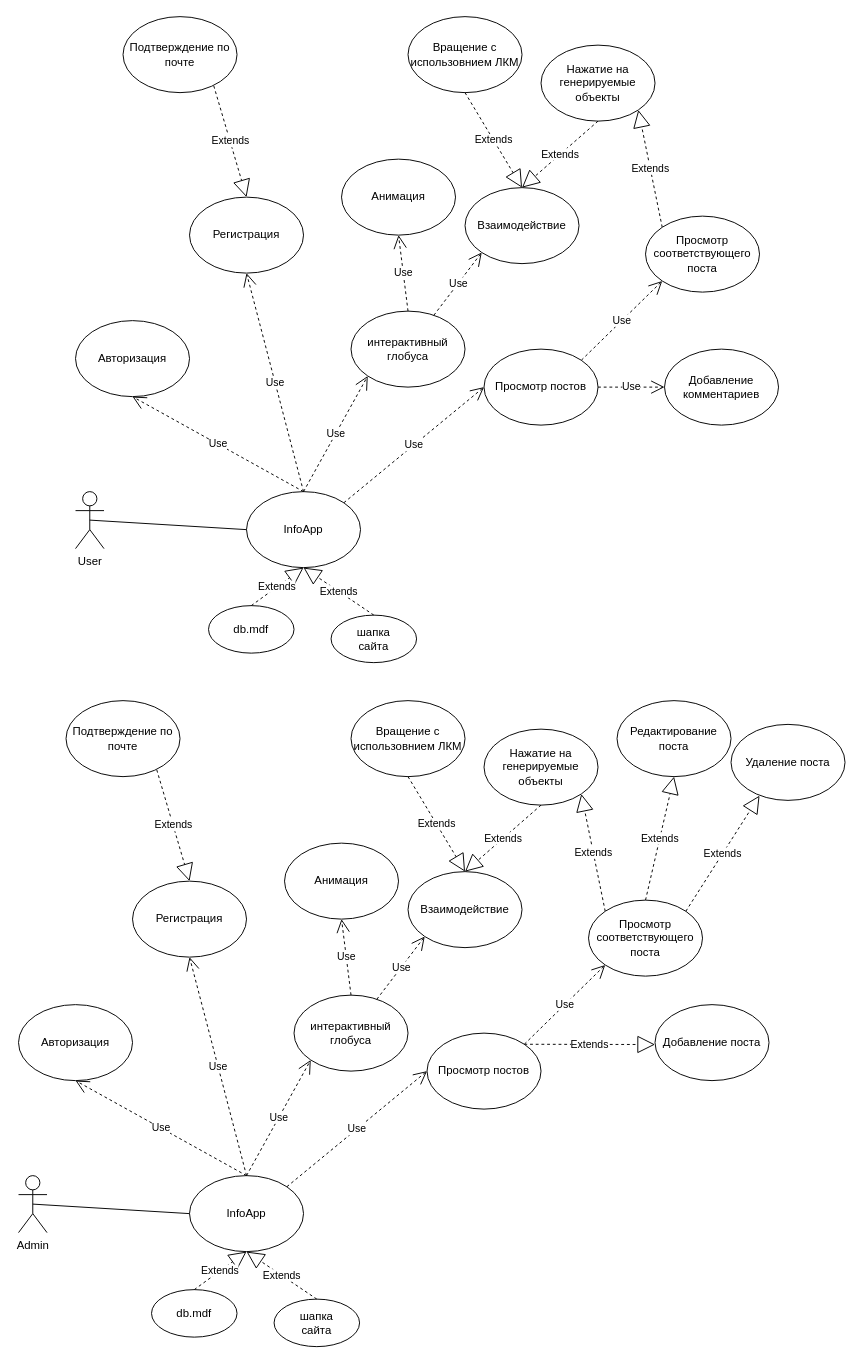
Earlier version of the draw.io diagram ДВИ КПиЯП.drawio (DarkReduX/Diagrams-for-projects). Source tidied: cells renumbered, new cells numbered last; positions are measured from the earlier drawing's top-left corner, leaving out a move shared by most shapes. Both pictures are drawn from the tidied source at 95%, with x=0, y=0 at pixel (18, 16).
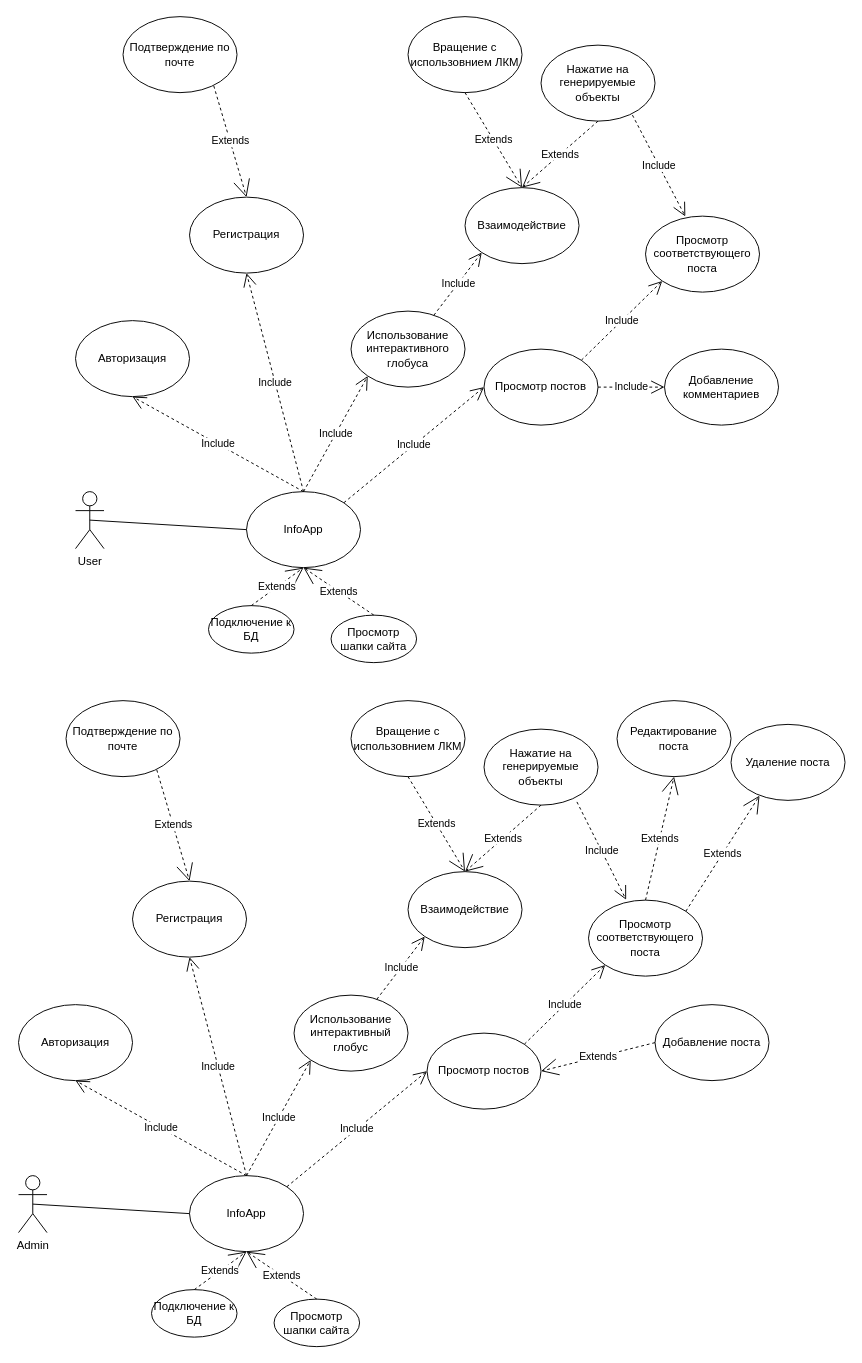
The same page after the edit.

Unchanged cells that the change refers to:
```xml
<mxCell id="3" value="InfoApp" style="ellipse;whiteSpace=wrap;html=1;" parent="1" vertex="1">
  <mxGeometry x="240" y="500" width="120" height="80" as="geometry" />
</mxCell>
<mxCell id="6" value="Авторизация&lt;br&gt;" style="ellipse;whiteSpace=wrap;html=1;" parent="1" vertex="1">
  <mxGeometry x="60" y="320" width="120" height="80" as="geometry" />
</mxCell>
<mxCell id="7" value="Регистрация" style="ellipse;whiteSpace=wrap;html=1;" parent="1" vertex="1">
  <mxGeometry x="180" y="190" width="120" height="80" as="geometry" />
</mxCell>
<mxCell id="13" value="Взаимодействие" style="ellipse;whiteSpace=wrap;html=1;" parent="1" vertex="1">
  <mxGeometry x="470" y="180" width="120" height="80" as="geometry" />
</mxCell>
<mxCell id="16" value="Вращение с использовнием ЛКМ" style="ellipse;whiteSpace=wrap;html=1;" parent="1" vertex="1">
  <mxGeometry x="410" width="120" height="80" as="geometry" />
</mxCell>
<mxCell id="17" value="Нажатие на генерируемые объекты" style="ellipse;whiteSpace=wrap;html=1;" parent="1" vertex="1">
  <mxGeometry x="550" y="30" width="120" height="80" as="geometry" />
</mxCell>
<mxCell id="20" value="Просмотр соответствующего поста" style="ellipse;whiteSpace=wrap;html=1;" parent="1" vertex="1">
  <mxGeometry x="660" y="210" width="120" height="80" as="geometry" />
</mxCell>
<mxCell id="21" value="Подтверждение по почте" style="ellipse;whiteSpace=wrap;html=1;" parent="1" vertex="1">
  <mxGeometry x="110" width="120" height="80" as="geometry" />
</mxCell>
<mxCell id="23" value="Просмотр постов" style="ellipse;whiteSpace=wrap;html=1;" parent="1" vertex="1">
  <mxGeometry x="490" y="350" width="120" height="80" as="geometry" />
</mxCell>
<mxCell id="33" value="InfoApp" style="ellipse;whiteSpace=wrap;html=1;" parent="1" vertex="1">
  <mxGeometry x="180" y="1220" width="120" height="80" as="geometry" />
</mxCell>
<mxCell id="36" value="Авторизация&lt;br&gt;" style="ellipse;whiteSpace=wrap;html=1;" parent="1" vertex="1">
  <mxGeometry y="1040" width="120" height="80" as="geometry" />
</mxCell>
<mxCell id="37" value="Регистрация" style="ellipse;whiteSpace=wrap;html=1;" parent="1" vertex="1">
  <mxGeometry x="120" y="910" width="120" height="80" as="geometry" />
</mxCell>
<mxCell id="43" value="Взаимодействие" style="ellipse;whiteSpace=wrap;html=1;" parent="1" vertex="1">
  <mxGeometry x="410" y="900" width="120" height="80" as="geometry" />
</mxCell>
<mxCell id="46" value="Вращение с использовнием ЛКМ" style="ellipse;whiteSpace=wrap;html=1;" parent="1" vertex="1">
  <mxGeometry x="350" y="720" width="120" height="80" as="geometry" />
</mxCell>
<mxCell id="47" value="Нажатие на генерируемые объекты" style="ellipse;whiteSpace=wrap;html=1;" parent="1" vertex="1">
  <mxGeometry x="490" y="750" width="120" height="80" as="geometry" />
</mxCell>
<mxCell id="50" value="Просмотр соответствующего поста" style="ellipse;whiteSpace=wrap;html=1;" parent="1" vertex="1">
  <mxGeometry x="600" y="930" width="120" height="80" as="geometry" />
</mxCell>
<mxCell id="51" value="Подтверждение по почте" style="ellipse;whiteSpace=wrap;html=1;" parent="1" vertex="1">
  <mxGeometry x="50" y="720" width="120" height="80" as="geometry" />
</mxCell>
<mxCell id="53" value="Просмотр постов" style="ellipse;whiteSpace=wrap;html=1;" parent="1" vertex="1">
  <mxGeometry x="430" y="1070" width="120" height="80" as="geometry" />
</mxCell>
<mxCell id="61" value="Редактирование поста" style="ellipse;whiteSpace=wrap;html=1;" parent="1" vertex="1">
  <mxGeometry x="630" y="720" width="120" height="80" as="geometry" />
</mxCell>
<mxCell id="65" value="Добавление поста" style="ellipse;whiteSpace=wrap;html=1;" parent="1" vertex="1">
  <mxGeometry x="670" y="1040" width="120" height="80" as="geometry" />
</mxCell>
```

Diff of the diagram source:
```diff
@@
-    <mxCell id="5" value="Use" style="endArrow=open;endSize=12;dashed=1;html=1;exitX=0.5;exitY=0;exitDx=0;exitDy=0;entryX=0.5;entryY=1;entryDx=0;entryDy=0;" parent="1" edge="1" source="3" target="6">
+    <mxCell id="5" value="Include" style="endArrow=open;endSize=12;dashed=1;html=1;exitX=0.5;exitY=0;exitDx=0;exitDy=0;entryX=0.5;entryY=1;entryDx=0;entryDy=0;" parent="1" edge="1" source="3" target="6">
       <mxGeometry relative="1" as="geometry" />
     </mxCell>
@@
-    <mxCell id="8" value="Use" style="endArrow=open;endSize=12;dashed=1;html=1;exitX=0.5;exitY=0;exitDx=0;exitDy=0;entryX=0.5;entryY=1;entryDx=0;entryDy=0;" parent="1" edge="1" source="3" target="7">
+    <mxCell id="8" value="Include" style="endArrow=open;endSize=12;dashed=1;html=1;exitX=0.5;exitY=0;exitDx=0;exitDy=0;entryX=0.5;entryY=1;entryDx=0;entryDy=0;" parent="1" edge="1" source="3" target="7">
       <mxGeometry relative="1" as="geometry" />
     </mxCell>
-    <mxCell id="9" value="интерактивный глобуса" style="ellipse;whiteSpace=wrap;html=1;" parent="1" vertex="1">
+    <mxCell id="9" value="Использование интерактивного глобуса" style="ellipse;whiteSpace=wrap;html=1;" parent="1" vertex="1">
       <mxGeometry x="350" y="310" width="120" height="80" as="geometry" />
     </mxCell>
-    <mxCell id="10" value="Use" style="endArrow=open;endSize=12;dashed=1;html=1;exitX=0.5;exitY=0;exitDx=0;exitDy=0;entryX=0;entryY=1;entryDx=0;entryDy=0;" parent="1" edge="1" source="3" target="9">
+    <mxCell id="10" value="Include" style="endArrow=open;endSize=12;dashed=1;html=1;exitX=0.5;exitY=0;exitDx=0;exitDy=0;entryX=0;entryY=1;entryDx=0;entryDy=0;" parent="1" edge="1" source="3" target="9">
       <mxGeometry relative="1" as="geometry" />
     </mxCell>
-    <mxCell id="11" value="Use" style="endArrow=open;endSize=12;dashed=1;html=1;exitX=0.5;exitY=0;exitDx=0;exitDy=0;entryX=0.5;entryY=1;entryDx=0;entryDy=0;" parent="1" edge="1" source="9" target="12">
-      <mxGeometry relative="1" as="geometry" />
-    </mxCell>
-    <mxCell id="12" value="Анимация" style="ellipse;whiteSpace=wrap;html=1;" parent="1" vertex="1">
-      <mxGeometry x="340" y="150" width="120" height="80" as="geometry" />
-    </mxCell>
@@
-    <mxCell id="14" value="Use" style="endArrow=open;endSize=12;dashed=1;html=1;entryX=0;entryY=1;entryDx=0;entryDy=0;" parent="1" edge="1" source="9" target="13">
+    <mxCell id="14" value="Include" style="endArrow=open;endSize=12;dashed=1;html=1;entryX=0;entryY=1;entryDx=0;entryDy=0;" parent="1" edge="1" source="9" target="13">
       <mxGeometry relative="1" as="geometry" />
     </mxCell>
-    <mxCell id="15" value="Extends" style="endArrow=block;endSize=16;endFill=0;html=1;entryX=0.5;entryY=0;entryDx=0;entryDy=0;exitX=0.5;exitY=1;exitDx=0;exitDy=0;dashed=1;" parent="1" edge="1" source="16" target="13">
+    <mxCell id="15" value="Extends" style="endArrow=open;endSize=16;endFill=0;html=1;entryX=0.5;entryY=0;entryDx=0;entryDy=0;exitX=0.5;exitY=1;exitDx=0;exitDy=0;dashed=1;" parent="1" edge="1" source="16" target="13">
       <mxGeometry relative="1" as="geometry" />
     </mxCell>
@@
-    <mxCell id="18" value="Extends" style="endArrow=block;endSize=16;endFill=0;html=1;entryX=0.5;entryY=0;entryDx=0;entryDy=0;exitX=0.5;exitY=1;exitDx=0;exitDy=0;dashed=1;" parent="1" edge="1" source="17" target="13">
+    <mxCell id="18" value="Extends" style="endArrow=open;endSize=16;endFill=0;html=1;entryX=0.5;entryY=0;entryDx=0;entryDy=0;exitX=0.5;exitY=1;exitDx=0;exitDy=0;dashed=1;" parent="1" edge="1" source="17" target="13">
       <mxGeometry relative="1" as="geometry" />
     </mxCell>
-    <mxCell id="19" value="Extends" style="endArrow=block;endSize=16;endFill=0;html=1;entryX=1;entryY=1;entryDx=0;entryDy=0;exitX=0;exitY=0;exitDx=0;exitDy=0;dashed=1;" parent="1" edge="1" source="20" target="17">
-      <mxGeometry relative="1" as="geometry" />
-    </mxCell>
@@
-    <mxCell id="22" value="Extends" style="endArrow=block;endSize=16;endFill=0;html=1;entryX=0.5;entryY=0;entryDx=0;entryDy=0;exitX=0.796;exitY=0.911;exitDx=0;exitDy=0;exitPerimeter=0;dashed=1;" parent="1" edge="1" source="21" target="7">
+    <mxCell id="22" value="Extends" style="endArrow=open;endSize=16;endFill=0;html=1;entryX=0.5;entryY=0;entryDx=0;entryDy=0;exitX=0.796;exitY=0.911;exitDx=0;exitDy=0;exitPerimeter=0;dashed=1;" parent="1" edge="1" source="21" target="7">
       <mxGeometry relative="1" as="geometry" />
     </mxCell>
@@
-    <mxCell id="24" value="Use" style="endArrow=open;endSize=12;dashed=1;html=1;exitX=1;exitY=0;exitDx=0;exitDy=0;entryX=0;entryY=0.5;entryDx=0;entryDy=0;" parent="1" edge="1" source="3" target="23">
+    <mxCell id="24" value="Include" style="endArrow=open;endSize=12;dashed=1;html=1;exitX=1;exitY=0;exitDx=0;exitDy=0;entryX=0;entryY=0.5;entryDx=0;entryDy=0;" parent="1" edge="1" source="3" target="23">
       <mxGeometry relative="1" as="geometry" />
     </mxCell>
-    <mxCell id="25" value="Use" style="endArrow=open;endSize=12;dashed=1;html=1;exitX=1;exitY=0;exitDx=0;exitDy=0;entryX=0;entryY=1;entryDx=0;entryDy=0;" parent="1" edge="1" source="23" target="20">
+    <mxCell id="25" value="Include" style="endArrow=open;endSize=12;dashed=1;html=1;exitX=1;exitY=0;exitDx=0;exitDy=0;entryX=0;entryY=1;entryDx=0;entryDy=0;" parent="1" edge="1" source="23" target="20">
       <mxGeometry relative="1" as="geometry" />
     </mxCell>
-    <mxCell id="26" value="Use" style="endArrow=open;endSize=12;dashed=1;html=1;exitX=1;exitY=0.5;exitDx=0;exitDy=0;" parent="1" edge="1" source="23">
+    <mxCell id="26" value="Include" style="endArrow=open;endSize=12;dashed=1;html=1;exitX=1;exitY=0.5;exitDx=0;exitDy=0;" parent="1" edge="1" source="23">
       <mxGeometry relative="1" as="geometry">
         <mxPoint x="680" y="390" as="targetPoint" />
       </mxGeometry>
     </mxCell>
@@
-    <mxCell id="28" value="db.mdf" style="ellipse;whiteSpace=wrap;html=1;" parent="1" vertex="1">
+    <mxCell id="28" value="Подключение к БД" style="ellipse;whiteSpace=wrap;html=1;" parent="1" vertex="1">
       <mxGeometry x="200" y="620" width="90" height="50" as="geometry" />
     </mxCell>
-    <mxCell id="29" value="Extends" style="endArrow=block;endSize=16;endFill=0;html=1;exitX=0.5;exitY=0;exitDx=0;exitDy=0;dashed=1;entryX=0.5;entryY=1;entryDx=0;entryDy=0;" parent="1" edge="1" source="28" target="3">
+    <mxCell id="29" value="Extends" style="endArrow=open;endSize=16;endFill=0;html=1;exitX=0.5;exitY=0;exitDx=0;exitDy=0;dashed=1;entryX=0.5;entryY=1;entryDx=0;entryDy=0;" parent="1" edge="1" source="28" target="3">
       <mxGeometry relative="1" as="geometry" />
     </mxCell>
-    <mxCell id="30" value="шапка&lt;br&gt;сайта" style="ellipse;whiteSpace=wrap;html=1;" parent="1" vertex="1">
+    <mxCell id="30" value="Просмотр шапки сайта" style="ellipse;whiteSpace=wrap;html=1;" parent="1" vertex="1">
       <mxGeometry x="329" y="630" width="90" height="50" as="geometry" />
     </mxCell>
-    <mxCell id="31" value="Extends" style="endArrow=block;endSize=16;endFill=0;html=1;exitX=0.5;exitY=0;exitDx=0;exitDy=0;dashed=1;entryX=0.5;entryY=1;entryDx=0;entryDy=0;" parent="1" edge="1" source="30" target="3">
+    <mxCell id="31" value="Extends" style="endArrow=open;endSize=16;endFill=0;html=1;exitX=0.5;exitY=0;exitDx=0;exitDy=0;dashed=1;entryX=0.5;entryY=1;entryDx=0;entryDy=0;" parent="1" edge="1" source="30" target="3">
       <mxGeometry relative="1" as="geometry" />
     </mxCell>
@@
-    <mxCell id="35" value="Use" style="endArrow=open;endSize=12;dashed=1;html=1;exitX=0.5;exitY=0;exitDx=0;exitDy=0;entryX=0.5;entryY=1;entryDx=0;entryDy=0;" parent="1" edge="1" source="33" target="36">
+    <mxCell id="35" value="Include" style="endArrow=open;endSize=12;dashed=1;html=1;exitX=0.5;exitY=0;exitDx=0;exitDy=0;entryX=0.5;entryY=1;entryDx=0;entryDy=0;" parent="1" edge="1" source="33" target="36">
       <mxGeometry relative="1" as="geometry" />
     </mxCell>
@@
-    <mxCell id="38" value="Use" style="endArrow=open;endSize=12;dashed=1;html=1;exitX=0.5;exitY=0;exitDx=0;exitDy=0;entryX=0.5;entryY=1;entryDx=0;entryDy=0;" parent="1" edge="1" source="33" target="37">
+    <mxCell id="38" value="Include" style="endArrow=open;endSize=12;dashed=1;html=1;exitX=0.5;exitY=0;exitDx=0;exitDy=0;entryX=0.5;entryY=1;entryDx=0;entryDy=0;" parent="1" edge="1" source="33" target="37">
       <mxGeometry relative="1" as="geometry" />
     </mxCell>
-    <mxCell id="39" value="интерактивный глобуса" style="ellipse;whiteSpace=wrap;html=1;" parent="1" vertex="1">
+    <mxCell id="39" value="Использование интерактивный глобус" style="ellipse;whiteSpace=wrap;html=1;" parent="1" vertex="1">
       <mxGeometry x="290" y="1030" width="120" height="80" as="geometry" />
     </mxCell>
-    <mxCell id="40" value="Use" style="endArrow=open;endSize=12;dashed=1;html=1;exitX=0.5;exitY=0;exitDx=0;exitDy=0;entryX=0;entryY=1;entryDx=0;entryDy=0;" parent="1" edge="1" source="33" target="39">
+    <mxCell id="40" value="Include" style="endArrow=open;endSize=12;dashed=1;html=1;exitX=0.5;exitY=0;exitDx=0;exitDy=0;entryX=0;entryY=1;entryDx=0;entryDy=0;" parent="1" edge="1" source="33" target="39">
       <mxGeometry relative="1" as="geometry" />
     </mxCell>
-    <mxCell id="41" value="Use" style="endArrow=open;endSize=12;dashed=1;html=1;exitX=0.5;exitY=0;exitDx=0;exitDy=0;entryX=0.5;entryY=1;entryDx=0;entryDy=0;" parent="1" edge="1" source="39" target="42">
-      <mxGeometry relative="1" as="geometry" />
-    </mxCell>
-    <mxCell id="42" value="Анимация" style="ellipse;whiteSpace=wrap;html=1;" parent="1" vertex="1">
-      <mxGeometry x="280" y="870" width="120" height="80" as="geometry" />
-    </mxCell>
@@
-    <mxCell id="44" value="Use" style="endArrow=open;endSize=12;dashed=1;html=1;entryX=0;entryY=1;entryDx=0;entryDy=0;" parent="1" edge="1" source="39" target="43">
+    <mxCell id="44" value="Include" style="endArrow=open;endSize=12;dashed=1;html=1;entryX=0;entryY=1;entryDx=0;entryDy=0;" parent="1" edge="1" source="39" target="43">
       <mxGeometry relative="1" as="geometry" />
     </mxCell>
-    <mxCell id="45" value="Extends" style="endArrow=block;endSize=16;endFill=0;html=1;entryX=0.5;entryY=0;entryDx=0;entryDy=0;exitX=0.5;exitY=1;exitDx=0;exitDy=0;dashed=1;" parent="1" edge="1" source="46" target="43">
+    <mxCell id="45" value="Extends" style="endArrow=open;endSize=16;endFill=0;html=1;entryX=0.5;entryY=0;entryDx=0;entryDy=0;exitX=0.5;exitY=1;exitDx=0;exitDy=0;dashed=1;" parent="1" edge="1" source="46" target="43">
       <mxGeometry relative="1" as="geometry" />
     </mxCell>
@@
-    <mxCell id="48" value="Extends" style="endArrow=block;endSize=16;endFill=0;html=1;entryX=0.5;entryY=0;entryDx=0;entryDy=0;exitX=0.5;exitY=1;exitDx=0;exitDy=0;dashed=1;" parent="1" edge="1" source="47" target="43">
+    <mxCell id="48" value="Extends" style="endArrow=open;endSize=16;endFill=0;html=1;entryX=0.5;entryY=0;entryDx=0;entryDy=0;exitX=0.5;exitY=1;exitDx=0;exitDy=0;dashed=1;" parent="1" edge="1" source="47" target="43">
       <mxGeometry relative="1" as="geometry" />
     </mxCell>
-    <mxCell id="49" value="Extends" style="endArrow=block;endSize=16;endFill=0;html=1;entryX=1;entryY=1;entryDx=0;entryDy=0;exitX=0;exitY=0;exitDx=0;exitDy=0;dashed=1;" parent="1" edge="1" source="50" target="47">
-      <mxGeometry relative="1" as="geometry" />
-    </mxCell>
@@
-    <mxCell id="52" value="Extends" style="endArrow=block;endSize=16;endFill=0;html=1;entryX=0.5;entryY=0;entryDx=0;entryDy=0;exitX=0.796;exitY=0.911;exitDx=0;exitDy=0;exitPerimeter=0;dashed=1;" parent="1" edge="1" source="51" target="37">
+    <mxCell id="52" value="Extends" style="endArrow=open;endSize=16;endFill=0;html=1;entryX=0.5;entryY=0;entryDx=0;entryDy=0;exitX=0.796;exitY=0.911;exitDx=0;exitDy=0;exitPerimeter=0;dashed=1;" parent="1" edge="1" source="51" target="37">
       <mxGeometry relative="1" as="geometry" />
     </mxCell>
@@
-    <mxCell id="54" value="Use" style="endArrow=open;endSize=12;dashed=1;html=1;exitX=1;exitY=0;exitDx=0;exitDy=0;entryX=0;entryY=0.5;entryDx=0;entryDy=0;" parent="1" edge="1" source="33" target="53">
+    <mxCell id="54" value="Include" style="endArrow=open;endSize=12;dashed=1;html=1;exitX=1;exitY=0;exitDx=0;exitDy=0;entryX=0;entryY=0.5;entryDx=0;entryDy=0;" parent="1" edge="1" source="33" target="53">
       <mxGeometry relative="1" as="geometry" />
     </mxCell>
-    <mxCell id="55" value="Use" style="endArrow=open;endSize=12;dashed=1;html=1;exitX=1;exitY=0;exitDx=0;exitDy=0;entryX=0;entryY=1;entryDx=0;entryDy=0;" parent="1" edge="1" source="53" target="50">
+    <mxCell id="55" value="Include" style="endArrow=open;endSize=12;dashed=1;html=1;exitX=1;exitY=0;exitDx=0;exitDy=0;entryX=0;entryY=1;entryDx=0;entryDy=0;" parent="1" edge="1" source="53" target="50">
       <mxGeometry relative="1" as="geometry" />
     </mxCell>
-    <mxCell id="56" value="db.mdf" style="ellipse;whiteSpace=wrap;html=1;" parent="1" vertex="1">
+    <mxCell id="56" value="Подключение к БД" style="ellipse;whiteSpace=wrap;html=1;" parent="1" vertex="1">
       <mxGeometry x="140" y="1340" width="90" height="50" as="geometry" />
     </mxCell>
-    <mxCell id="57" value="Extends" style="endArrow=block;endSize=16;endFill=0;html=1;exitX=0.5;exitY=0;exitDx=0;exitDy=0;dashed=1;entryX=0.5;entryY=1;entryDx=0;entryDy=0;" parent="1" edge="1" source="56" target="33">
+    <mxCell id="57" value="Extends" style="endArrow=open;endSize=16;endFill=0;html=1;exitX=0.5;exitY=0;exitDx=0;exitDy=0;dashed=1;entryX=0.5;entryY=1;entryDx=0;entryDy=0;" parent="1" edge="1" source="56" target="33">
       <mxGeometry relative="1" as="geometry" />
     </mxCell>
-    <mxCell id="58" value="шапка&lt;br&gt;сайта" style="ellipse;whiteSpace=wrap;html=1;" parent="1" vertex="1">
+    <mxCell id="58" value="Просмотр шапки сайта" style="ellipse;whiteSpace=wrap;html=1;" parent="1" vertex="1">
       <mxGeometry x="269" y="1350" width="90" height="50" as="geometry" />
     </mxCell>
-    <mxCell id="59" value="Extends" style="endArrow=block;endSize=16;endFill=0;html=1;exitX=0.5;exitY=0;exitDx=0;exitDy=0;dashed=1;entryX=0.5;entryY=1;entryDx=0;entryDy=0;" parent="1" edge="1" source="58" target="33">
+    <mxCell id="59" value="Extends" style="endArrow=open;endSize=16;endFill=0;html=1;exitX=0.5;exitY=0;exitDx=0;exitDy=0;dashed=1;entryX=0.5;entryY=1;entryDx=0;entryDy=0;" parent="1" edge="1" source="58" target="33">
       <mxGeometry relative="1" as="geometry" />
     </mxCell>
-    <mxCell id="60" value="Extends" style="endArrow=block;endSize=16;endFill=0;html=1;exitX=0.5;exitY=0;exitDx=0;exitDy=0;dashed=1;entryX=0.5;entryY=1;entryDx=0;entryDy=0;" parent="1" edge="1" source="50" target="61">
+    <mxCell id="60" value="Extends" style="endArrow=open;endSize=16;endFill=0;html=1;exitX=0.5;exitY=0;exitDx=0;exitDy=0;dashed=1;entryX=0.5;entryY=1;entryDx=0;entryDy=0;" parent="1" edge="1" source="50" target="61">
       <mxGeometry relative="1" as="geometry" />
     </mxCell>
@@
-    <mxCell id="62" value="Extends" style="endArrow=block;endSize=16;endFill=0;html=1;exitX=1;exitY=0;exitDx=0;exitDy=0;dashed=1;" parent="1" edge="1" source="53">
-      <mxGeometry relative="1" as="geometry">
-        <mxPoint x="670" y="1082" as="targetPoint" />
-      </mxGeometry>
+    <mxCell id="62" value="Extends" style="endArrow=open;endSize=16;endFill=0;html=1;dashed=1;entryX=1;entryY=0.5;entryDx=0;entryDy=0;exitX=0;exitY=0.5;exitDx=0;exitDy=0;" parent="1" edge="1" source="65" target="53">
+      <mxGeometry relative="1" as="geometry" />
     </mxCell>
-    <mxCell id="63" value="Extends" style="endArrow=block;endSize=16;endFill=0;html=1;exitX=1;exitY=0;exitDx=0;exitDy=0;dashed=1;" parent="1" edge="1" source="50">
+    <mxCell id="63" value="Extends" style="endArrow=open;endSize=16;endFill=0;html=1;exitX=1;exitY=0;exitDx=0;exitDy=0;dashed=1;" parent="1" edge="1" source="50">
       <mxGeometry relative="1" as="geometry">
         <mxPoint x="780" y="820" as="targetPoint" />
       </mxGeometry>
     </mxCell>
@@
+    <mxCell id="66" value="Include" style="endArrow=open;endSize=12;dashed=1;html=1;exitX=0.815;exitY=0.958;exitDx=0;exitDy=0;entryX=0.33;entryY=-0.005;entryDx=0;entryDy=0;exitPerimeter=0;entryPerimeter=0;" parent="1" edge="1" source="47" target="50">
+      <mxGeometry relative="1" as="geometry" />
+    </mxCell>
+    <mxCell id="67" value="Include" style="endArrow=open;endSize=12;dashed=1;html=1;exitX=0.802;exitY=0.921;exitDx=0;exitDy=0;entryX=0.349;entryY=0.004;entryDx=0;entryDy=0;exitPerimeter=0;entryPerimeter=0;" parent="1" edge="1" source="17" target="20">
+      <mxGeometry relative="1" as="geometry" />
+    </mxCell>
```
